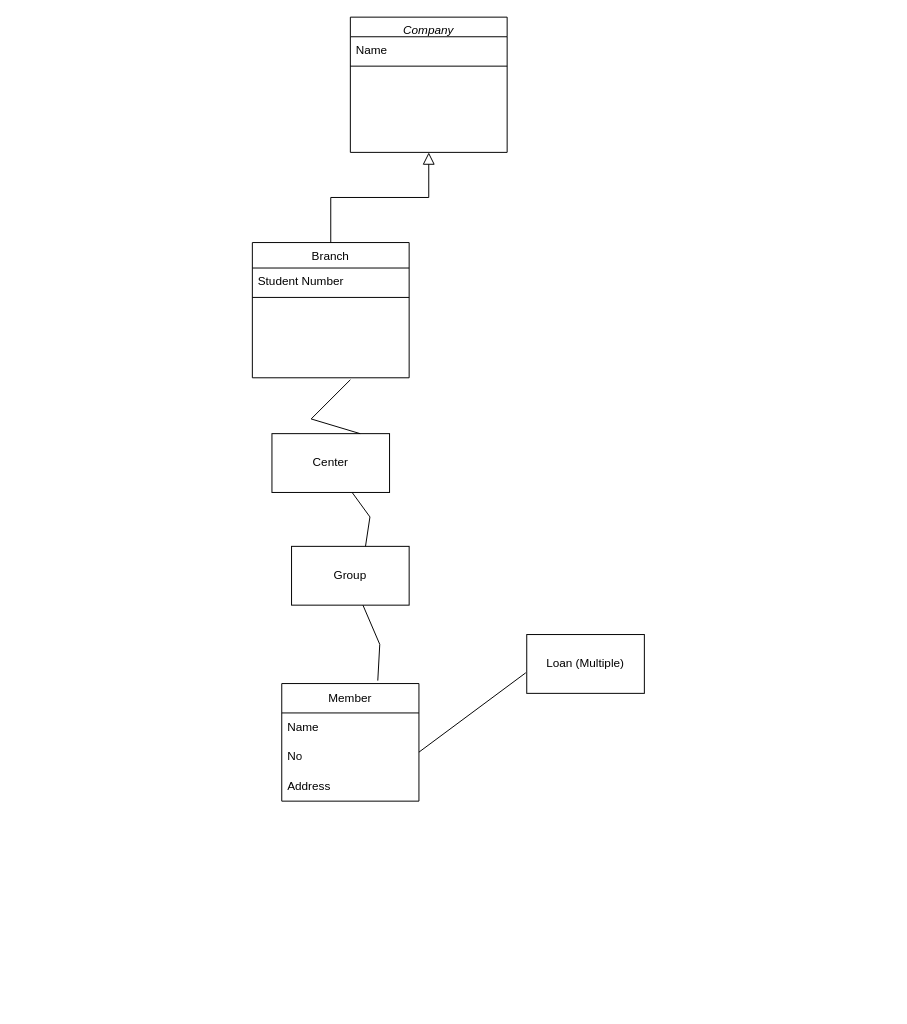
This is Untitled Diagram.drawio from tharakadoo/tharakadoo, a draw.io file, before an edit. Source tidied: cells renumbered, new cells numbered last; positions are measured from the earlier drawing's top-left corner, leaving out a move shared by most shapes. Both pictures are drawn from the tidied source at 98%, with x=0, y=0 at pixel (252, 17).
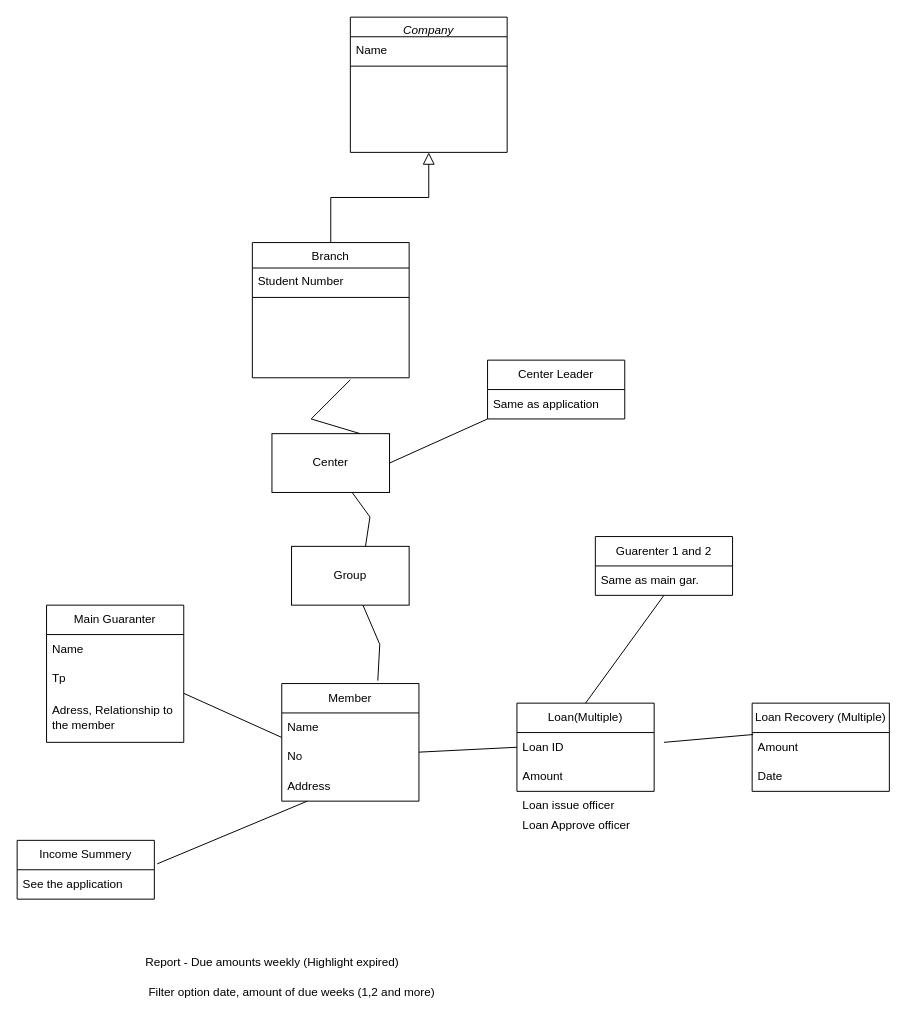
After the change.

The change refers to these unchanged cells:
```xml
<mxCell id="9" value="Center" style="rounded=0;whiteSpace=wrap;html=1;" parent="1" vertex="1">
  <mxGeometry x="20" y="425" width="120" height="60" as="geometry" />
</mxCell>
<mxCell id="15" value="Name" style="text;strokeColor=none;fillColor=none;align=left;verticalAlign=middle;spacingLeft=4;spacingRight=4;overflow=hidden;points=[[0,0.5],[1,0.5]];portConstraint=eastwest;whiteSpace=wrap;html=1;" parent="14" vertex="1">
  <mxGeometry y="30" width="140" height="30" as="geometry" />
</mxCell>
<mxCell id="17" value="Address" style="text;strokeColor=none;fillColor=none;align=left;verticalAlign=middle;spacingLeft=4;spacingRight=4;overflow=hidden;points=[[0,0.5],[1,0.5]];portConstraint=eastwest;whiteSpace=wrap;html=1;" parent="14" vertex="1">
  <mxGeometry y="90" width="140" height="30" as="geometry" />
</mxCell>
```

What changed in the source:
```diff
@@
-    <mxCell id="18" value="Loan (Multiple)" style="rounded=0;whiteSpace=wrap;html=1;" parent="1" vertex="1">
-      <mxGeometry x="280" y="630" width="120" height="60" as="geometry" />
-    </mxCell>
-    <mxCell id="19" style="endArrow=none;html=1;rounded=0;entryX=-0.008;entryY=0.65;entryDx=0;entryDy=0;entryPerimeter=0;" parent="1" edge="1" target="18">
+    <mxCell id="19" style="endArrow=none;html=1;rounded=0;entryX=0;entryY=0.5;entryDx=0;entryDy=0;" parent="1" edge="1" target="21">
       <mxGeometry relative="1" as="geometry">
         <mxPoint x="170" y="750" as="sourcePoint" />
       </mxGeometry>
     </mxCell>
+    <mxCell id="20" value="Loan(Multiple)" style="swimlane;fontStyle=0;horizontal=1;startSize=30;whiteSpace=wrap;html=1;" parent="1" vertex="1">
+      <mxGeometry x="270" y="700" width="140" height="90" as="geometry" />
+    </mxCell>
+    <mxCell id="21" value="Loan ID" style="text;strokeColor=none;fillColor=none;align=left;verticalAlign=middle;spacingLeft=4;spacingRight=4;overflow=hidden;points=[[0,0.5],[1,0.5]];portConstraint=eastwest;whiteSpace=wrap;html=1;" parent="20" vertex="1">
+      <mxGeometry y="30" width="140" height="30" as="geometry" />
+    </mxCell>
+    <mxCell id="22" value="Amount" style="text;strokeColor=none;fillColor=none;align=left;verticalAlign=middle;spacingLeft=4;spacingRight=4;overflow=hidden;whiteSpace=wrap;html=1;" parent="20" vertex="1">
+      <mxGeometry y="60" width="140" height="30" as="geometry" />
+    </mxCell>
+    <mxCell id="23" value="Loan Recovery (Multiple)" style="swimlane;fontStyle=0;horizontal=1;startSize=30;whiteSpace=wrap;html=1;" parent="1" vertex="1">
+      <mxGeometry x="510" y="700" width="140" height="90" as="geometry" />
+    </mxCell>
+    <mxCell id="24" value="Amount" style="text;strokeColor=none;fillColor=none;align=left;verticalAlign=middle;spacingLeft=4;spacingRight=4;overflow=hidden;points=[[0,0.5],[1,0.5]];portConstraint=eastwest;whiteSpace=wrap;html=1;" parent="23" vertex="1">
+      <mxGeometry y="30" width="140" height="30" as="geometry" />
+    </mxCell>
+    <mxCell id="25" value="Date" style="text;strokeColor=none;fillColor=none;align=left;verticalAlign=middle;spacingLeft=4;spacingRight=4;overflow=hidden;whiteSpace=wrap;html=1;" parent="23" vertex="1">
+      <mxGeometry y="60" width="140" height="30" as="geometry" />
+    </mxCell>
+    <mxCell id="26" style="endArrow=none;html=1;rounded=0;entryX=0.007;entryY=0.067;entryDx=0;entryDy=0;entryPerimeter=0;" parent="1" edge="1" target="24">
+      <mxGeometry relative="1" as="geometry">
+        <mxPoint x="420" y="740" as="sourcePoint" />
+      </mxGeometry>
+    </mxCell>
+    <mxCell id="27" value="Report - Due amounts weekly (Highlight expired)" style="text;html=1;align=center;verticalAlign=middle;strokeColor=none;fillColor=none;" parent="1" vertex="1">
+      <mxGeometry x="-125" y="950" width="290" height="30" as="geometry" />
+    </mxCell>
+    <mxCell id="28" value="Filter option date, amount of due weeks (1,2 and more)" style="text;html=1;align=center;verticalAlign=middle;strokeColor=none;fillColor=none;" parent="1" vertex="1">
+      <mxGeometry x="-120" y="980" width="320" height="30" as="geometry" />
+    </mxCell>
+    <mxCell id="29" value="Main Guaranter" style="swimlane;fontStyle=0;horizontal=1;startSize=30;whiteSpace=wrap;html=1;" parent="1" vertex="1">
+      <mxGeometry x="-210" y="600" width="140" height="140" as="geometry" />
+    </mxCell>
+    <mxCell id="30" value="Name" style="text;strokeColor=none;fillColor=none;align=left;verticalAlign=middle;spacingLeft=4;spacingRight=4;overflow=hidden;whiteSpace=wrap;html=1;" parent="29" vertex="1">
+      <mxGeometry y="30" width="140" height="30" as="geometry" />
+    </mxCell>
+    <mxCell id="31" value="Tp" style="text;strokeColor=none;fillColor=none;align=left;verticalAlign=middle;spacingLeft=4;spacingRight=4;overflow=hidden;whiteSpace=wrap;html=1;" parent="29" vertex="1">
+      <mxGeometry y="60" width="140" height="30" as="geometry" />
+    </mxCell>
+    <mxCell id="32" value="Adress, Relationship to the member" style="text;strokeColor=none;fillColor=none;align=left;verticalAlign=middle;spacingLeft=4;spacingRight=4;overflow=hidden;points=[[0,0.5],[1,0.5]];portConstraint=eastwest;whiteSpace=wrap;html=1;" parent="29" vertex="1">
+      <mxGeometry y="90" width="140" height="50" as="geometry" />
+    </mxCell>
+    <mxCell id="33" style="endArrow=none;html=1;rounded=0;exitX=1;exitY=0;exitDx=0;exitDy=0;exitPerimeter=0;entryX=0;entryY=0.833;entryDx=0;entryDy=0;entryPerimeter=0;" parent="1" edge="1" source="32" target="15">
+      <mxGeometry relative="1" as="geometry" />
+    </mxCell>
+    <mxCell id="34" value="Guarenter 1 and 2" style="swimlane;fontStyle=0;horizontal=1;startSize=30;whiteSpace=wrap;html=1;" parent="1" vertex="1">
+      <mxGeometry x="350" y="530" width="140" height="60" as="geometry" />
+    </mxCell>
+    <mxCell id="35" value="Same as main gar." style="text;strokeColor=none;fillColor=none;align=left;verticalAlign=middle;spacingLeft=4;spacingRight=4;overflow=hidden;whiteSpace=wrap;html=1;" parent="34" vertex="1">
+      <mxGeometry y="30" width="140" height="30" as="geometry" />
+    </mxCell>
+    <mxCell id="36" style="endArrow=none;html=1;rounded=0;exitX=0.5;exitY=0;exitDx=0;exitDy=0;entryX=0.5;entryY=1;entryDx=0;entryDy=0;" parent="1" edge="1" source="20" target="34">
+      <mxGeometry relative="1" as="geometry" />
+    </mxCell>
+    <mxCell id="37" value="Income Summery" style="swimlane;fontStyle=0;horizontal=1;startSize=30;whiteSpace=wrap;html=1;" parent="1" vertex="1">
+      <mxGeometry x="-240" y="840" width="140" height="60" as="geometry" />
+    </mxCell>
+    <mxCell id="38" value="See the application" style="text;strokeColor=none;fillColor=none;align=left;verticalAlign=middle;spacingLeft=4;spacingRight=4;overflow=hidden;whiteSpace=wrap;html=1;" parent="37" vertex="1">
+      <mxGeometry y="30" width="140" height="30" as="geometry" />
+    </mxCell>
+    <mxCell id="39" style="endArrow=none;html=1;rounded=0;exitX=1.021;exitY=0.4;exitDx=0;exitDy=0;exitPerimeter=0;entryX=0.186;entryY=1;entryDx=0;entryDy=0;entryPerimeter=0;" parent="1" edge="1" source="37" target="17">
+      <mxGeometry relative="1" as="geometry" />
+    </mxCell>
+    <mxCell id="40" value="Center Leader" style="swimlane;fontStyle=0;horizontal=1;startSize=30;whiteSpace=wrap;html=1;" parent="1" vertex="1">
+      <mxGeometry x="240" y="350" width="140" height="60" as="geometry" />
+    </mxCell>
+    <mxCell id="41" value="Same as application" style="text;strokeColor=none;fillColor=none;align=left;verticalAlign=middle;spacingLeft=4;spacingRight=4;overflow=hidden;whiteSpace=wrap;html=1;" parent="40" vertex="1">
+      <mxGeometry y="30" width="140" height="30" as="geometry" />
+    </mxCell>
+    <mxCell id="42" style="endArrow=none;html=1;rounded=0;exitX=1;exitY=0.5;exitDx=0;exitDy=0;entryX=0;entryY=1;entryDx=0;entryDy=0;" parent="1" edge="1" source="9" target="40">
+      <mxGeometry relative="1" as="geometry" />
+    </mxCell>
+    <mxCell id="43" value="Loan issue officer" style="text;strokeColor=none;fillColor=none;align=left;verticalAlign=middle;spacingLeft=4;spacingRight=4;overflow=hidden;whiteSpace=wrap;html=1;" parent="1" vertex="1">
+      <mxGeometry x="270" y="790" width="140" height="30" as="geometry" />
+    </mxCell>
+    <mxCell id="44" value="Loan Approve officer" style="text;strokeColor=none;fillColor=none;align=left;verticalAlign=middle;spacingLeft=4;spacingRight=4;overflow=hidden;whiteSpace=wrap;html=1;" parent="1" vertex="1">
+      <mxGeometry x="270" y="810" width="140" height="30" as="geometry" />
+    </mxCell>
```
